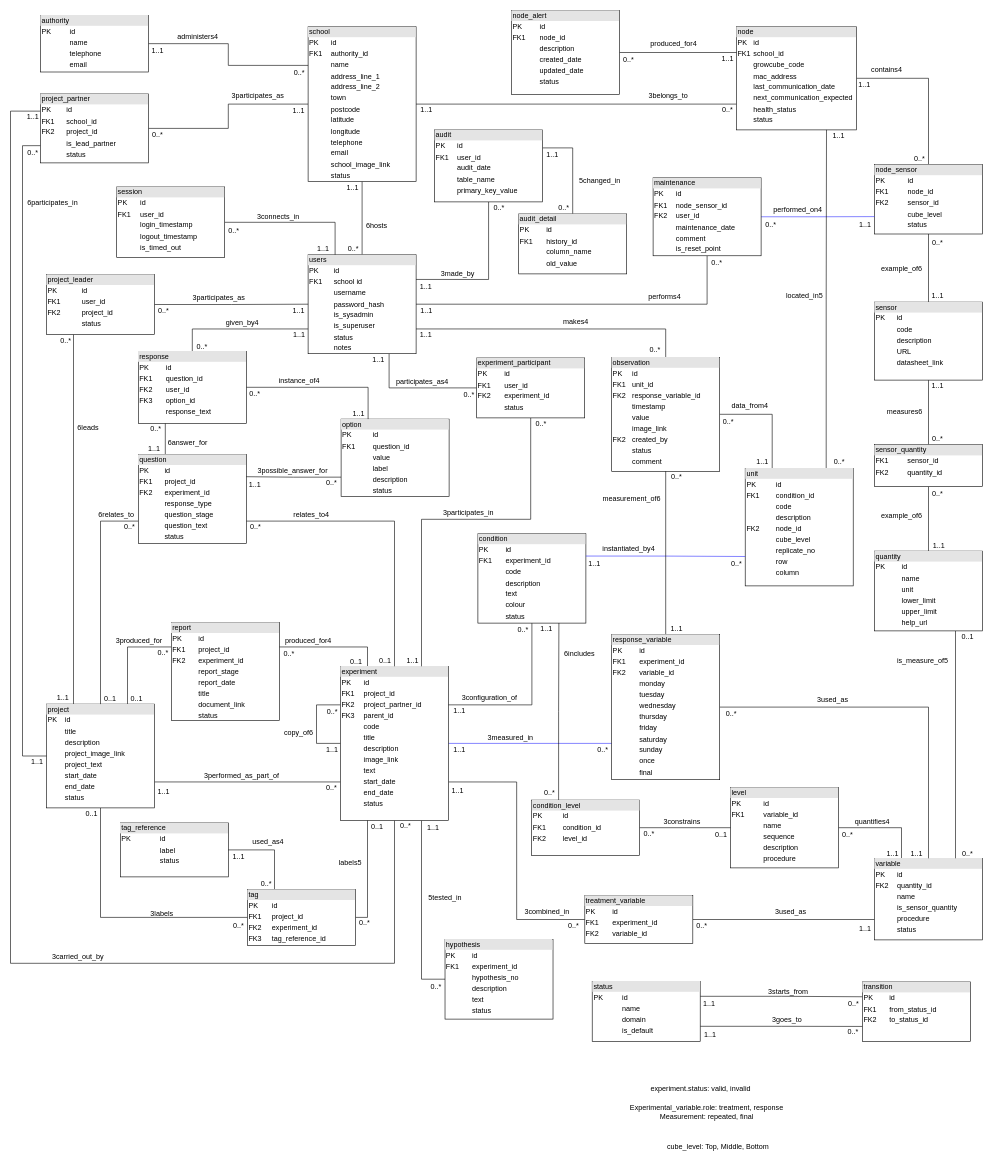
Above: Documentation/ER diagram dandelion.drawio in Dandelion-dev-team/dandelion (draw.io), before the change. Source tidied: cells renumbered, new cells numbered last; positions are measured from the earlier drawing's top-left corner, leaving out a move shared by most shapes. Both pictures are drawn from the tidied source at 60%, with x=0, y=0 at pixel (10, 10).
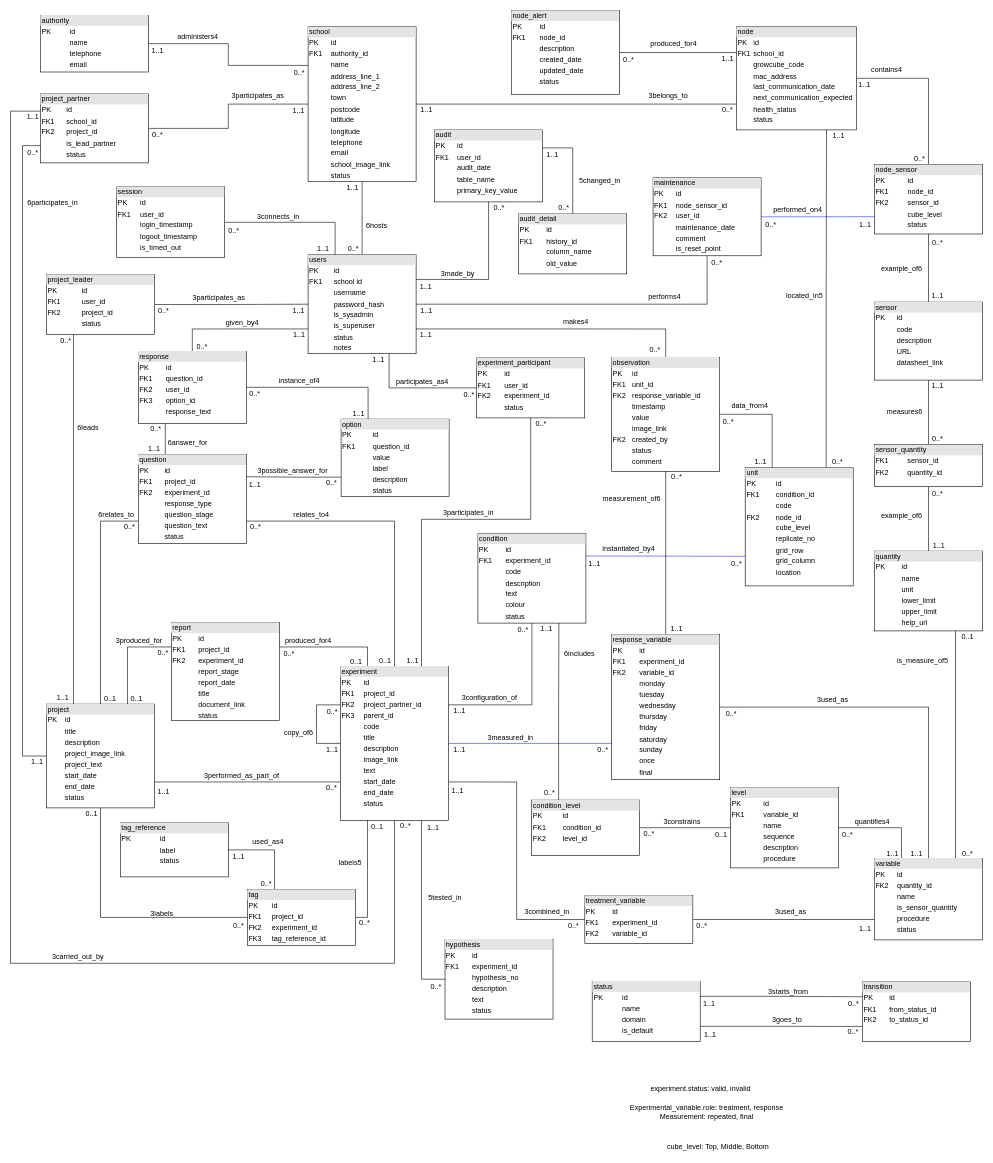
The same page after the edit.

Commit message:
Update ER diagram - experiments etc

Diff of the diagram source:
```diff
@@
     <mxCell id="68" value="1..1" style="text;html=1;align=center;verticalAlign=middle;strokeColor=none;fillColor=none;" parent="1" vertex="1">
-      <mxGeometry x="1232.5" y="743" width="40" height="20" as="geometry" />
+      <mxGeometry x="1229.5" y="742" width="40" height="20" as="geometry" />
     </mxCell>
@@
-    <mxCell id="184" value="&lt;div style=&quot;box-sizing: border-box ; width: 100% ; background: #e4e4e4 ; padding: 2px&quot;&gt;unit&lt;/div&gt;&lt;table style=&quot;width: 100% ; font-size: 1em&quot; cellpadding=&quot;2&quot; cellspacing=&quot;0&quot;&gt;&lt;tbody&gt;&lt;tr&gt;&lt;td&gt;PK&lt;/td&gt;&lt;td&gt;id&lt;/td&gt;&lt;/tr&gt;&lt;tr&gt;&lt;td&gt;FK1&lt;/td&gt;&lt;td&gt;condition_id&lt;/td&gt;&lt;/tr&gt;&lt;tr&gt;&lt;td&gt;&lt;br&gt;&lt;/td&gt;&lt;td&gt;code&lt;/td&gt;&lt;/tr&gt;&lt;tr&gt;&lt;td&gt;&lt;br&gt;&lt;/td&gt;&lt;td&gt;description&lt;/td&gt;&lt;/tr&gt;&lt;tr&gt;&lt;td&gt;FK2&lt;/td&gt;&lt;td&gt;node_id&lt;/td&gt;&lt;/tr&gt;&lt;tr&gt;&lt;td&gt;&lt;br&gt;&lt;/td&gt;&lt;td&gt;cube_level&lt;/td&gt;&lt;/tr&gt;&lt;tr&gt;&lt;td&gt;&lt;br&gt;&lt;/td&gt;&lt;td&gt;replicate_no&lt;/td&gt;&lt;/tr&gt;&lt;tr&gt;&lt;td&gt;&lt;br&gt;&lt;/td&gt;&lt;td&gt;row&lt;/td&gt;&lt;/tr&gt;&lt;tr&gt;&lt;td&gt;&lt;br&gt;&lt;/td&gt;&lt;td&gt;column&lt;/td&gt;&lt;/tr&gt;&lt;/tbody&gt;&lt;/table&gt;" style="verticalAlign=top;align=left;overflow=fill;html=1;" parent="1" vertex="1">
-      <mxGeometry x="1224.5" y="763" width="180" height="196" as="geometry" />
+    <mxCell id="184" value="&lt;div style=&quot;box-sizing: border-box ; width: 100% ; background: #e4e4e4 ; padding: 2px&quot;&gt;unit&lt;/div&gt;&lt;table style=&quot;width: 100% ; font-size: 1em&quot; cellpadding=&quot;2&quot; cellspacing=&quot;0&quot;&gt;&lt;tbody&gt;&lt;tr&gt;&lt;td&gt;PK&lt;/td&gt;&lt;td&gt;id&lt;/td&gt;&lt;/tr&gt;&lt;tr&gt;&lt;td&gt;FK1&lt;/td&gt;&lt;td&gt;condition_id&lt;/td&gt;&lt;/tr&gt;&lt;tr&gt;&lt;td&gt;&lt;br&gt;&lt;/td&gt;&lt;td&gt;code&lt;/td&gt;&lt;/tr&gt;&lt;tr&gt;&lt;td&gt;FK2&lt;/td&gt;&lt;td&gt;node_id&lt;/td&gt;&lt;/tr&gt;&lt;tr&gt;&lt;td&gt;&lt;br&gt;&lt;/td&gt;&lt;td&gt;cube_level&lt;/td&gt;&lt;/tr&gt;&lt;tr&gt;&lt;td&gt;&lt;br&gt;&lt;/td&gt;&lt;td&gt;replicate_no&lt;/td&gt;&lt;/tr&gt;&lt;tr&gt;&lt;td&gt;&lt;br&gt;&lt;/td&gt;&lt;td&gt;grid_row&lt;/td&gt;&lt;/tr&gt;&lt;tr&gt;&lt;td&gt;&lt;br&gt;&lt;/td&gt;&lt;td&gt;grid_column&lt;/td&gt;&lt;/tr&gt;&lt;tr&gt;&lt;td&gt;&lt;br&gt;&lt;/td&gt;&lt;td&gt;location&lt;/td&gt;&lt;/tr&gt;&lt;/tbody&gt;&lt;/table&gt;" style="verticalAlign=top;align=left;overflow=fill;html=1;" parent="1" vertex="1">
+      <mxGeometry x="1224.5" y="762" width="180" height="197" as="geometry" />
     </mxCell>
@@
     <mxCell id="217" value="0..*" style="text;html=1;align=center;verticalAlign=middle;strokeColor=none;fillColor=none;" parent="1" vertex="1">
-      <mxGeometry x="1365.5" y="743" width="30" height="20" as="geometry" />
+      <mxGeometry x="1362.5" y="742" width="30" height="20" as="geometry" />
     </mxCell>
```
